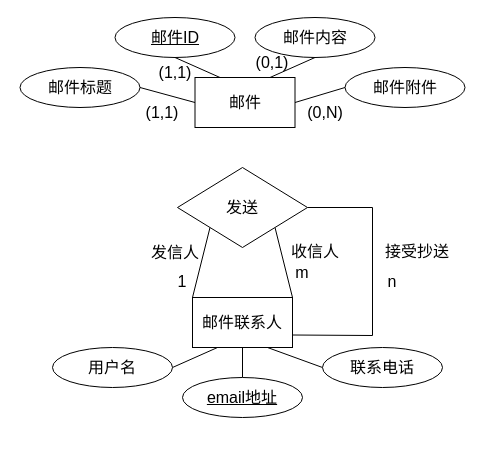
Above: Untitled Diagram.drawio in Kristoff-starling/ERDiagrams (draw.io), before the change. Source tidied: cells renumbered, new cells numbered last; positions are measured from the earlier drawing's top-left corner, leaving out a move shared by most shapes. Both pictures are drawn from the tidied source at 100%, with x=0, y=0 at pixel (20, 17).
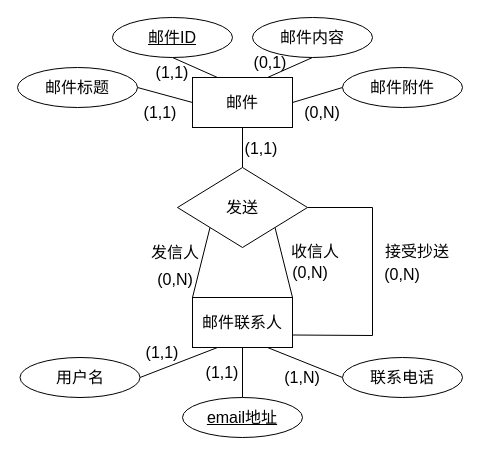
After the change.

The change refers to these unchanged cells:
```xml
<mxCell id="21" value="发送" style="rhombus;whiteSpace=wrap;html=1;fontSize=16;" parent="1" vertex="1">
  <mxGeometry x="157" y="150" width="130" height="80" as="geometry" />
</mxCell>
```

The edit, as a diff of the source:
```diff
@@
     <mxCell id="6" value="用户名" style="ellipse;whiteSpace=wrap;html=1;fontSize=16;" parent="1" vertex="1">
-      <mxGeometry x="32" y="330" width="120" height="40" as="geometry" />
+      <mxGeometry x="-0.5" y="340" width="120" height="40" as="geometry" />
     </mxCell>
@@
     <mxCell id="8" value="&lt;u&gt;email地址&lt;/u&gt;" style="ellipse;whiteSpace=wrap;html=1;fontSize=16;" parent="1" vertex="1">
-      <mxGeometry x="162" y="360" width="120" height="40" as="geometry" />
+      <mxGeometry x="162" y="380" width="120" height="40" as="geometry" />
     </mxCell>
@@
     <mxCell id="10" value="联系电话" style="ellipse;whiteSpace=wrap;html=1;fontSize=16;" parent="1" vertex="1">
-      <mxGeometry x="302" y="330" width="120" height="40" as="geometry" />
+      <mxGeometry x="322" y="340" width="120" height="40" as="geometry" />
     </mxCell>
     <mxCell id="11" value="邮件" style="rounded=0;whiteSpace=wrap;html=1;fontSize=16;" parent="1" vertex="1">
-      <mxGeometry x="174.5" y="60" width="100" height="50" as="geometry" />
+      <mxGeometry x="172" y="60" width="100" height="50" as="geometry" />
     </mxCell>
@@
     <mxCell id="13" value="邮件标题" style="ellipse;whiteSpace=wrap;html=1;fontSize=16;" parent="1" vertex="1">
-      <mxGeometry x="-0.5" y="50" width="120" height="40" as="geometry" />
+      <mxGeometry x="-3" y="50" width="120" height="40" as="geometry" />
     </mxCell>
@@
     <mxCell id="15" value="&lt;u&gt;邮件ID&lt;/u&gt;" style="ellipse;whiteSpace=wrap;html=1;fontSize=16;" parent="1" vertex="1">
-      <mxGeometry x="94.5" width="120" height="40" as="geometry" />
+      <mxGeometry x="92" width="120" height="40" as="geometry" />
     </mxCell>
@@
     <mxCell id="17" value="邮件内容" style="ellipse;whiteSpace=wrap;html=1;fontSize=16;" parent="1" vertex="1">
-      <mxGeometry x="234.5" width="120" height="40" as="geometry" />
+      <mxGeometry x="232" width="120" height="40" as="geometry" />
     </mxCell>
@@
     <mxCell id="19" value="邮件附件" style="ellipse;whiteSpace=wrap;html=1;fontSize=16;" parent="1" vertex="1">
-      <mxGeometry x="324.5" y="50" width="120" height="40" as="geometry" />
+      <mxGeometry x="322" y="50" width="120" height="40" as="geometry" />
     </mxCell>
@@
+    <mxCell id="32" style="edgeStyle=none;rounded=0;jettySize=auto;html=1;exitX=0.5;exitY=0;exitDx=0;exitDy=0;entryX=0.5;entryY=1;entryDx=0;entryDy=0;strokeColor=default;fontSize=16;endArrow=none;endFill=0;fillColor=none;" parent="1" edge="1" source="21" target="11">
+      <mxGeometry relative="1" as="geometry" />
+    </mxCell>
@@
-    <mxCell id="25" value="1" style="text;html=1;strokeColor=none;fillColor=none;align=center;verticalAlign=middle;whiteSpace=wrap;rounded=0;fontSize=16;" parent="1" vertex="1">
-      <mxGeometry x="132" y="249" width="60" height="30" as="geometry" />
+    <mxCell id="25" value="(0,N)" style="text;html=1;strokeColor=none;fillColor=none;align=center;verticalAlign=middle;whiteSpace=wrap;rounded=0;fontSize=16;" parent="1" vertex="1">
+      <mxGeometry x="125" y="247" width="60" height="30" as="geometry" />
     </mxCell>
-    <mxCell id="26" value="m" style="text;html=1;strokeColor=none;fillColor=none;align=center;verticalAlign=middle;whiteSpace=wrap;rounded=0;fontSize=16;" parent="1" vertex="1">
-      <mxGeometry x="252" y="240" width="60" height="30" as="geometry" />
+    <mxCell id="26" value="(0,N)" style="text;html=1;strokeColor=none;fillColor=none;align=center;verticalAlign=middle;whiteSpace=wrap;rounded=0;fontSize=16;" parent="1" vertex="1">
+      <mxGeometry x="260" y="240" width="60" height="30" as="geometry" />
     </mxCell>
-    <mxCell id="27" value="n" style="text;html=1;strokeColor=none;fillColor=none;align=center;verticalAlign=middle;whiteSpace=wrap;rounded=0;fontSize=16;" parent="1" vertex="1">
-      <mxGeometry x="342" y="249" width="60" height="30" as="geometry" />
+    <mxCell id="27" value="(0,N)" style="text;html=1;strokeColor=none;fillColor=none;align=center;verticalAlign=middle;whiteSpace=wrap;rounded=0;fontSize=16;" parent="1" vertex="1">
+      <mxGeometry x="352" y="242" width="60" height="30" as="geometry" />
     </mxCell>
     <mxCell id="28" value="(1,1)" style="text;html=1;strokeColor=none;fillColor=none;align=center;verticalAlign=middle;whiteSpace=wrap;rounded=0;fontSize=16;" parent="1" vertex="1">
-      <mxGeometry x="112" y="80" width="60" height="30" as="geometry" />
+      <mxGeometry x="109.5" y="80" width="60" height="30" as="geometry" />
     </mxCell>
     <mxCell id="29" value="(1,1)" style="text;html=1;strokeColor=none;fillColor=none;align=center;verticalAlign=middle;whiteSpace=wrap;rounded=0;fontSize=16;" parent="1" vertex="1">
-      <mxGeometry x="124.5" y="40" width="60" height="30" as="geometry" />
+      <mxGeometry x="122" y="40" width="60" height="30" as="geometry" />
     </mxCell>
     <mxCell id="30" value="(0,1)" style="text;html=1;strokeColor=none;fillColor=none;align=center;verticalAlign=middle;whiteSpace=wrap;rounded=0;fontSize=16;" parent="1" vertex="1">
-      <mxGeometry x="222" y="30" width="60" height="30" as="geometry" />
+      <mxGeometry x="219.5" y="30" width="60" height="30" as="geometry" />
     </mxCell>
     <mxCell id="31" value="(0,N)" style="text;html=1;strokeColor=none;fillColor=none;align=center;verticalAlign=middle;whiteSpace=wrap;rounded=0;fontSize=16;" parent="1" vertex="1">
-      <mxGeometry x="274.5" y="80" width="60" height="30" as="geometry" />
+      <mxGeometry x="272" y="80" width="60" height="30" as="geometry" />
     </mxCell>
+    <mxCell id="33" value="(1,1)" style="text;html=1;strokeColor=none;fillColor=none;align=center;verticalAlign=middle;whiteSpace=wrap;rounded=0;fontSize=16;" parent="1" vertex="1">
+      <mxGeometry x="112" y="320" width="60" height="30" as="geometry" />
+    </mxCell>
+    <mxCell id="34" value="(1,1)" style="text;html=1;strokeColor=none;fillColor=none;align=center;verticalAlign=middle;whiteSpace=wrap;rounded=0;fontSize=16;" parent="1" vertex="1">
+      <mxGeometry x="172" y="340" width="60" height="30" as="geometry" />
+    </mxCell>
+    <mxCell id="35" value="(1,N)" style="text;html=1;strokeColor=none;fillColor=none;align=center;verticalAlign=middle;whiteSpace=wrap;rounded=0;fontSize=16;" parent="1" vertex="1">
+      <mxGeometry x="252" y="345" width="60" height="30" as="geometry" />
+    </mxCell>
+    <mxCell id="36" value="(1,1)" style="text;html=1;strokeColor=none;fillColor=none;align=center;verticalAlign=middle;whiteSpace=wrap;rounded=0;fontSize=16;" parent="1" vertex="1">
+      <mxGeometry x="211" y="116" width="60" height="30" as="geometry" />
+    </mxCell>
```
